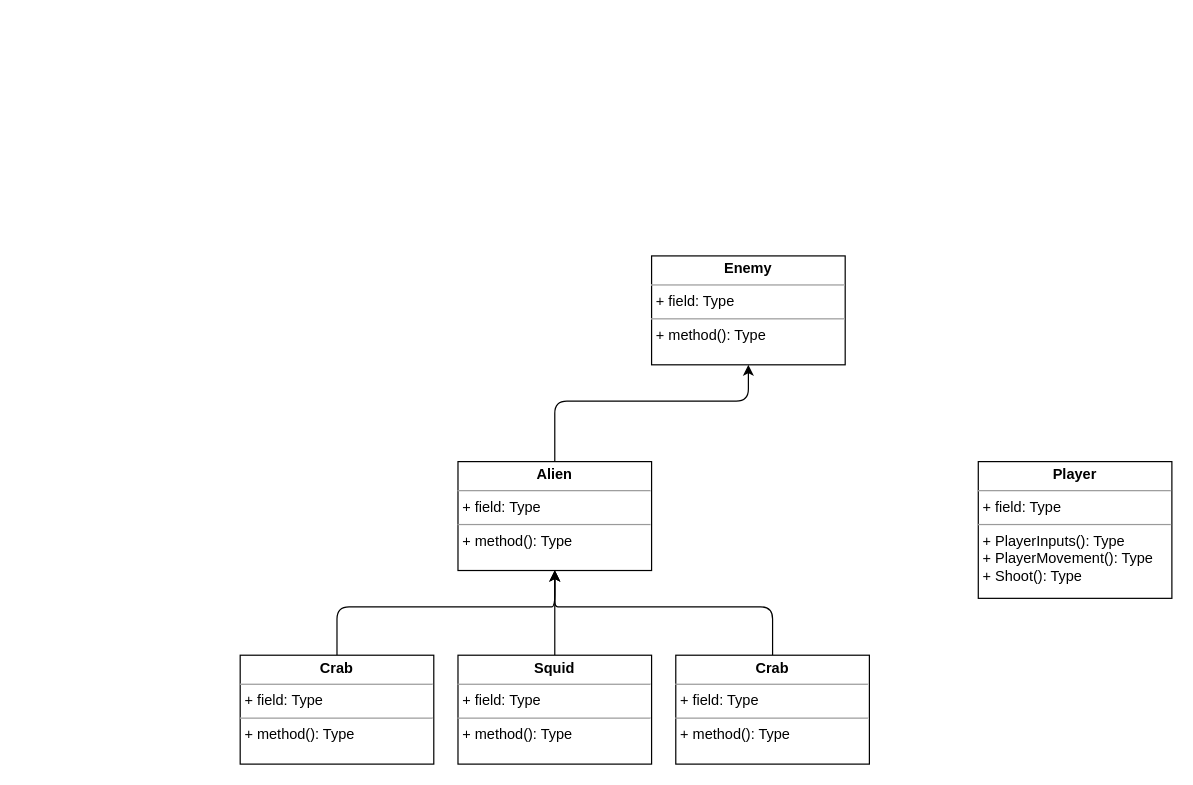
The draw.io diagram Assets/Diagrams/diagram.drawio in mamanidario19/Space-Invaders, before the edit. Source tidied: cells renumbered, new cells numbered last; positions are measured from the earlier drawing's top-left corner, leaving out a move shared by most shapes. Both pictures are drawn from the tidied source at 121%, with x=0, y=0 at pixel (240, 255).
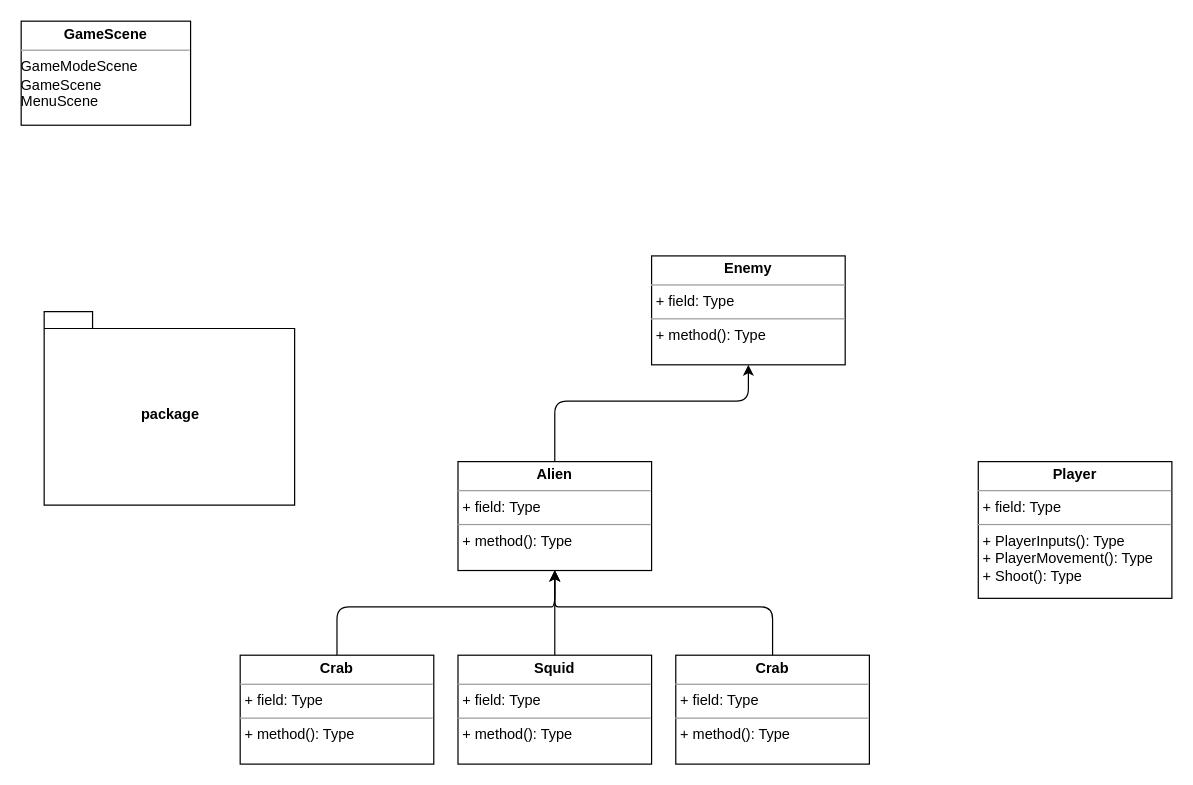
Above is the later version.

What changed in the source:
```diff
@@
+    <mxCell id="12" value="package" style="shape=folder;fontStyle=1;spacingTop=10;tabWidth=40;tabHeight=14;tabPosition=left;html=1;" parent="1" vertex="1">
+      <mxGeometry x="-162" y="46" width="207" height="160" as="geometry" />
+    </mxCell>
+    <mxCell id="13" value="&lt;p style=&quot;margin:0px;margin-top:4px;text-align:center;&quot;&gt;&lt;b&gt;GameScene&lt;/b&gt;&lt;/p&gt;&lt;hr size=&quot;1&quot;&gt;&lt;div style=&quot;height:2px;&quot;&gt;GameModeScene&lt;br&gt;GameScene&lt;br&gt;MenuScene&lt;/div&gt;&lt;div style=&quot;height:2px;&quot;&gt;&lt;br&gt;&lt;br&gt;&lt;/div&gt;&lt;div style=&quot;height:2px;&quot;&gt;&lt;br&gt;&lt;/div&gt;" style="verticalAlign=top;align=left;overflow=fill;fontSize=12;fontFamily=Helvetica;html=1;" parent="1" vertex="1">
+      <mxGeometry x="-181" y="-194" width="140" height="86" as="geometry" />
+    </mxCell>
```
